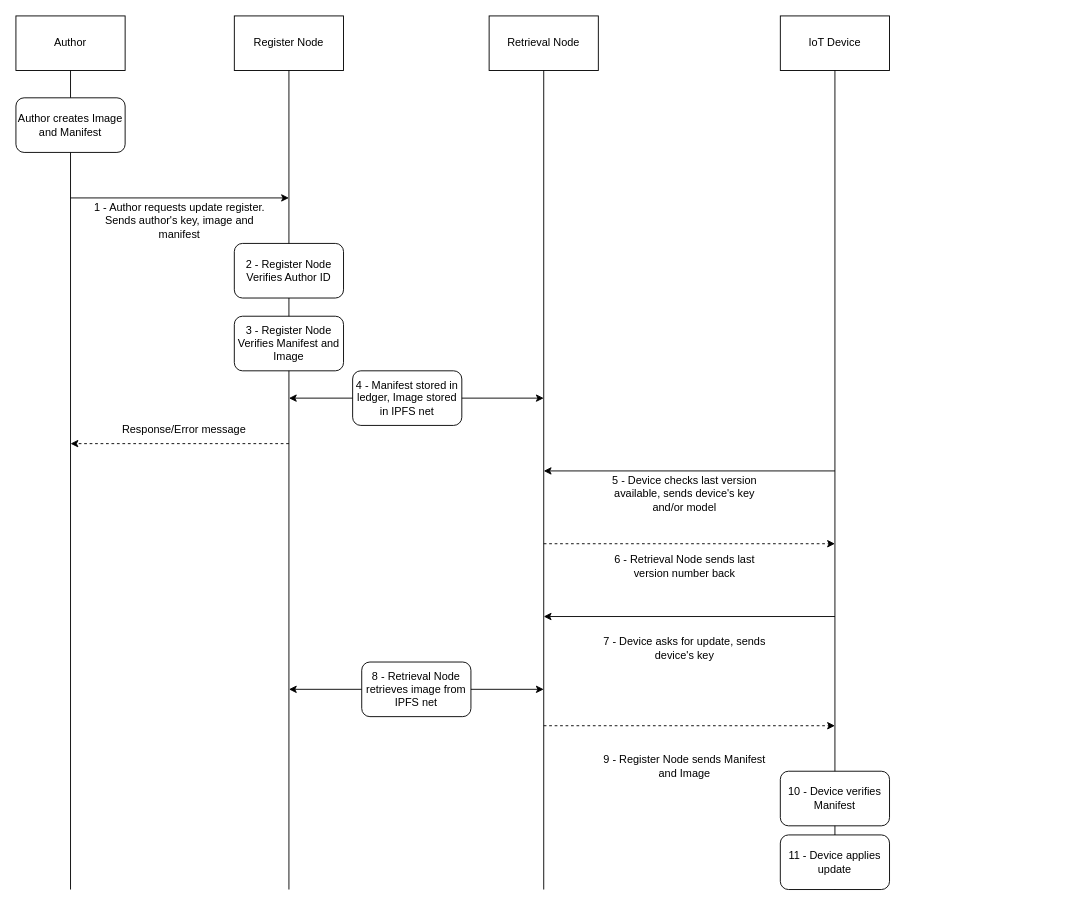
This is FlowDiagrams/FlowDiagramGeneral.drawio from sfl0r3nz05/DistributedBchFWArchIoT, a draw.io file, before an edit. Source tidied: cells renumbered, new cells numbered last; positions are measured from the earlier drawing's top-left corner, leaving out a move shared by most shapes. Both pictures are drawn from the tidied source at 91%, with x=0, y=0 at pixel (15, 15).
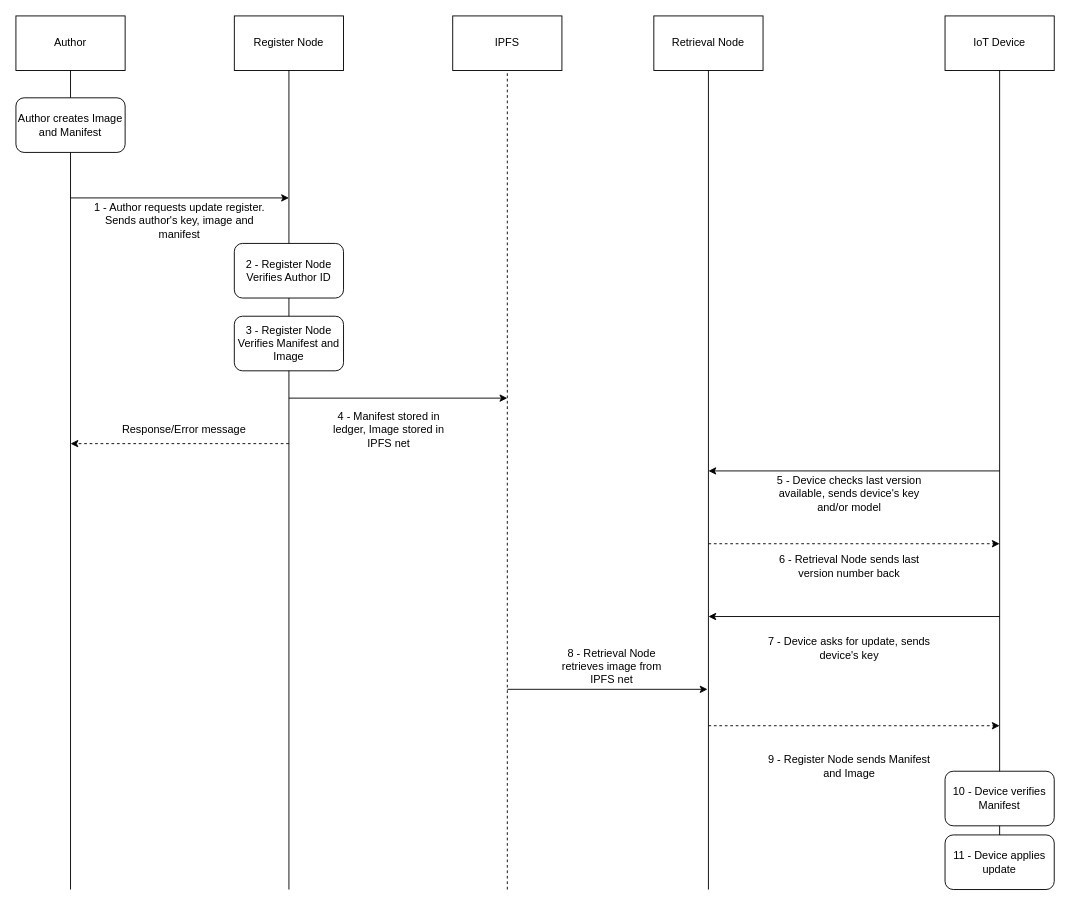
After the change.

What changed in the source:
```diff
@@
     <mxCell id="9" value="Retrieval Node" style="rounded=0;whiteSpace=wrap;html=1;" parent="1" vertex="1">
-      <mxGeometry x="520" width="120" height="60" as="geometry" />
+      <mxGeometry x="701" width="120" height="60" as="geometry" />
     </mxCell>
     <mxCell id="10" style="endArrow=none;html=1;rounded=0;entryX=0.5;entryY=1;entryDx=0;entryDy=0;" parent="1" edge="1" target="9">
       <mxGeometry relative="1" as="geometry">
-        <mxPoint x="580" y="960" as="sourcePoint" />
+        <mxPoint x="761" y="960" as="sourcePoint" />
       </mxGeometry>
     </mxCell>
     <mxCell id="11" value="IoT Device" style="rounded=0;whiteSpace=wrap;html=1;" parent="1" vertex="1">
-      <mxGeometry x="840" width="120" height="60" as="geometry" />
+      <mxGeometry x="1021" width="120" height="60" as="geometry" />
     </mxCell>
     <mxCell id="12" style="endArrow=none;html=1;rounded=0;entryX=0.5;entryY=1;entryDx=0;entryDy=0;" parent="1" edge="1" target="11">
       <mxGeometry relative="1" as="geometry">
-        <mxPoint x="900" y="960" as="sourcePoint" />
+        <mxPoint x="1081" y="960" as="sourcePoint" />
       </mxGeometry>
     </mxCell>
@@
-    <mxCell id="14" style="endArrow=classic;startArrow=classic;html=1;rounded=0;" parent="1" edge="1">
+    <mxCell id="14" style="endArrow=classic;startArrow=none;html=1;rounded=0;startFill=0;" parent="1" edge="1">
       <mxGeometry relative="1" as="geometry">
         <mxPoint x="300" y="420" as="sourcePoint" />
-        <mxPoint x="580" y="420" as="targetPoint" />
+        <mxPoint x="540" y="420" as="targetPoint" />
       </mxGeometry>
     </mxCell>
-    <mxCell id="15" value="4 - Manifest stored in ledger, Image stored in IPFS net" style="rounded=1;whiteSpace=wrap;html=1;" parent="1" vertex="1">
-      <mxGeometry x="370" y="390" width="120" height="60" as="geometry" />
-    </mxCell>
     <mxCell id="16" style="endArrow=classic;html=1;rounded=0;" parent="1" edge="1">
       <mxGeometry relative="1" as="geometry">
-        <mxPoint x="900" y="500" as="sourcePoint" />
-        <mxPoint x="580" y="500" as="targetPoint" />
+        <mxPoint x="1081" y="500" as="sourcePoint" />
+        <mxPoint x="761" y="500" as="targetPoint" />
       </mxGeometry>
     </mxCell>
     <mxCell id="17" value="5 - Device checks last version available, sends device's key and/or model " style="text;html=1;strokeColor=none;fillColor=none;align=center;verticalAlign=middle;whiteSpace=wrap;rounded=0;" parent="1" vertex="1">
-      <mxGeometry x="640" y="510" width="190" height="30" as="geometry" />
+      <mxGeometry x="821" y="510" width="190" height="30" as="geometry" />
     </mxCell>
     <mxCell id="18" style="endArrow=classic;html=1;rounded=0;dashed=1;" parent="1" edge="1">
       <mxGeometry relative="1" as="geometry">
-        <mxPoint x="580" y="580" as="sourcePoint" />
-        <mxPoint x="900" y="580" as="targetPoint" />
+        <mxPoint x="761" y="580" as="sourcePoint" />
+        <mxPoint x="1081" y="580" as="targetPoint" />
       </mxGeometry>
     </mxCell>
     <mxCell id="19" value="6 - Retrieval Node sends last version number back" style="text;html=1;strokeColor=none;fillColor=none;align=center;verticalAlign=middle;whiteSpace=wrap;rounded=0;" parent="1" vertex="1">
-      <mxGeometry x="640" y="590" width="190" height="30" as="geometry" />
+      <mxGeometry x="821" y="590" width="190" height="30" as="geometry" />
     </mxCell>
     <mxCell id="20" style="endArrow=classic;html=1;rounded=0;" parent="1" edge="1">
       <mxGeometry relative="1" as="geometry">
-        <mxPoint x="900" y="660" as="sourcePoint" />
-        <mxPoint x="580" y="660" as="targetPoint" />
+        <mxPoint x="1081" y="660" as="sourcePoint" />
+        <mxPoint x="761" y="660" as="targetPoint" />
       </mxGeometry>
     </mxCell>
     <mxCell id="21" value="7 - Device asks for update, sends device's key" style="text;html=1;strokeColor=none;fillColor=none;align=center;verticalAlign=middle;whiteSpace=wrap;rounded=0;" parent="1" vertex="1">
-      <mxGeometry x="640" y="680" width="190" height="30" as="geometry" />
+      <mxGeometry x="821" y="680" width="190" height="30" as="geometry" />
     </mxCell>
     <mxCell id="22" style="endArrow=classic;html=1;rounded=0;dashed=1;" parent="1" edge="1">
       <mxGeometry relative="1" as="geometry">
-        <mxPoint x="580" y="780" as="sourcePoint" />
-        <mxPoint x="900" y="780" as="targetPoint" />
+        <mxPoint x="761" y="780" as="sourcePoint" />
+        <mxPoint x="1081" y="780" as="targetPoint" />
       </mxGeometry>
     </mxCell>
     <mxCell id="23" value="9 - Register Node sends Manifest and Image" style="text;html=1;strokeColor=none;fillColor=none;align=center;verticalAlign=middle;whiteSpace=wrap;rounded=0;" parent="1" vertex="1">
-      <mxGeometry x="640" y="810" width="190" height="30" as="geometry" />
+      <mxGeometry x="821" y="810" width="190" height="30" as="geometry" />
     </mxCell>
     <mxCell id="24" value="10 - Device verifies Manifest" style="rounded=1;whiteSpace=wrap;html=1;" parent="1" vertex="1">
-      <mxGeometry x="840" y="830" width="120" height="60" as="geometry" />
+      <mxGeometry x="1021" y="830" width="120" height="60" as="geometry" />
     </mxCell>
     <mxCell id="25" value="11 - Device applies update" style="rounded=1;whiteSpace=wrap;html=1;" parent="1" vertex="1">
-      <mxGeometry x="840" y="900" width="120" height="60" as="geometry" />
+      <mxGeometry x="1021" y="900" width="120" height="60" as="geometry" />
     </mxCell>
-    <mxCell id="26" style="endArrow=classic;startArrow=classic;html=1;rounded=0;" parent="1" edge="1">
+    <mxCell id="26" style="endArrow=classic;startArrow=none;html=1;rounded=0;startFill=0;" parent="1" edge="1">
       <mxGeometry relative="1" as="geometry">
-        <mxPoint x="300" y="740" as="sourcePoint" />
-        <mxPoint x="580" y="740" as="targetPoint" />
+        <mxPoint x="540" y="740" as="sourcePoint" />
+        <mxPoint x="760" y="740" as="targetPoint" />
       </mxGeometry>
     </mxCell>
-    <mxCell id="27" value="8 - Retrieval Node retrieves image from IPFS net" style="rounded=1;whiteSpace=wrap;html=1;" parent="1" vertex="1">
-      <mxGeometry x="380" y="710" width="120" height="60" as="geometry" />
-    </mxCell>
@@
+    <mxCell id="31" value="IPFS" style="rounded=0;whiteSpace=wrap;html=1;" parent="1" vertex="1">
+      <mxGeometry x="480" width="120" height="60" as="geometry" />
+    </mxCell>
+    <mxCell id="15" value="4 - Manifest stored in ledger, Image stored in IPFS net" style="text;html=1;strokeColor=none;fillColor=none;align=center;verticalAlign=middle;whiteSpace=wrap;rounded=0;" parent="1" vertex="1">
+      <mxGeometry x="340" y="440" width="140" height="30" as="geometry" />
+    </mxCell>
+    <mxCell id="32" style="endArrow=none;dashed=1;html=1;rounded=0;entryX=0.5;entryY=1;entryDx=0;entryDy=0;" parent="1" edge="1" target="31">
+      <mxGeometry relative="1" as="geometry">
+        <mxPoint x="540" y="960" as="sourcePoint" />
+      </mxGeometry>
+    </mxCell>
+    <mxCell id="27" value="8 - Retrieval Node retrieves image from IPFS net" style="text;html=1;strokeColor=none;fillColor=none;align=center;verticalAlign=middle;whiteSpace=wrap;rounded=0;" parent="1" vertex="1">
+      <mxGeometry x="590" y="700" width="130" height="30" as="geometry" />
+    </mxCell>
```
